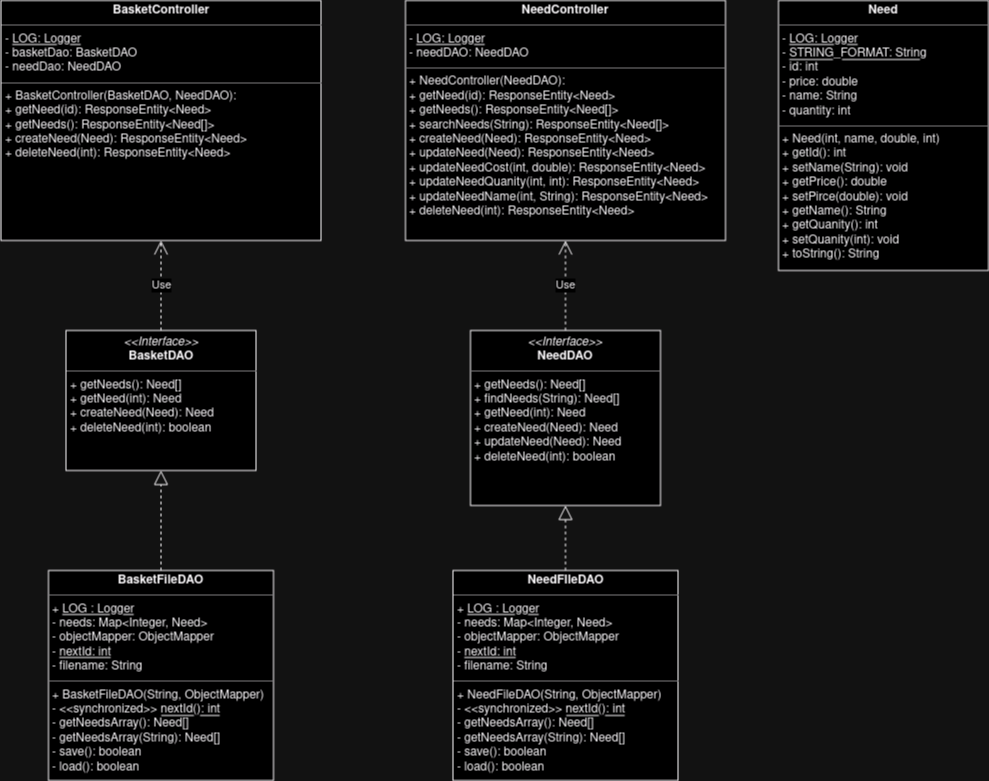
The draw.io diagram docs/Ufund-api.drawio.png in oym3778/SWEN_261_Music_Magic, before a commit. Source tidied: cells renumbered, new cells last; positions are measured from the earlier drawing's top-left corner, leaving out a move shared by most shapes. Source of this version:
```xml
<mxGraphModel>
  <root>
    <mxCell id="0" />
    <mxCell id="1" parent="0" />
    <mxCell id="2" value="&lt;p style=&quot;margin:0px;margin-top:4px;text-align:center;&quot;&gt;&lt;i&gt;&amp;lt;&amp;lt;Interface&amp;gt;&amp;gt;&lt;/i&gt;&lt;br&gt;&lt;b&gt;BasketDAO&lt;/b&gt;&lt;br&gt;&lt;/p&gt;&lt;hr size=&quot;1&quot;&gt;&lt;p style=&quot;margin:0px;margin-left:4px;&quot;&gt;+ getNeeds(): Need[]&lt;br&gt;+ getNeed(int): Need&lt;/p&gt;&lt;p style=&quot;margin:0px;margin-left:4px;&quot;&gt;+ createNeed(Need): Need&lt;/p&gt;&lt;p style=&quot;margin:0px;margin-left:4px;&quot;&gt;+ deleteNeed(int): boolean&lt;br&gt;&lt;/p&gt;" style="verticalAlign=top;align=left;overflow=fill;fontSize=12;fontFamily=Helvetica;html=1;whiteSpace=wrap;" parent="1" vertex="1">
      <mxGeometry x="65.5" y="330" width="190" height="140" as="geometry" />
    </mxCell>
    <mxCell id="3" style="endArrow=block;dashed=1;endFill=0;endSize=12;html=1;rounded=0;entryX=0.5;entryY=1;entryDx=0;entryDy=0;exitX=0.5;exitY=0;exitDx=0;exitDy=0;" parent="1" edge="1" source="4" target="2">
      <mxGeometry relative="1" as="geometry" />
    </mxCell>
    <mxCell id="4" value="&lt;p style=&quot;margin:0px;margin-top:4px;text-align:center;&quot;&gt;&lt;b&gt;BasketFileDAO&lt;/b&gt;&lt;/p&gt;&lt;hr size=&quot;1&quot;&gt;&lt;p style=&quot;margin:0px;margin-left:4px;&quot;&gt;+ &lt;u&gt;LOG : Logger&lt;/u&gt;&lt;/p&gt;&lt;p style=&quot;margin:0px;margin-left:4px;&quot;&gt;- needs: Map&amp;lt;Integer, Need&amp;gt;&lt;/p&gt;&lt;p style=&quot;margin:0px;margin-left:4px;&quot;&gt;- objectMapper: ObjectMapper&lt;/p&gt;&lt;p style=&quot;margin:0px;margin-left:4px;&quot;&gt;- &lt;u&gt;nextId: int&lt;/u&gt;&lt;/p&gt;&lt;p style=&quot;margin:0px;margin-left:4px;&quot;&gt;- filename: String&lt;br&gt;&lt;/p&gt;&lt;hr size=&quot;1&quot;&gt;&lt;p style=&quot;margin:0px;margin-left:4px;&quot;&gt;+ BasketFileDAO(String, ObjectMapper)&lt;/p&gt;&lt;p style=&quot;margin:0px;margin-left:4px;&quot;&gt;- &amp;lt;&amp;lt;synchronized&amp;gt;&amp;gt; &lt;u&gt;nextId(): int&lt;/u&gt;&lt;/p&gt;&lt;p style=&quot;margin:0px;margin-left:4px;&quot;&gt;- getNeedsArray(): Need[]&lt;/p&gt;&lt;p style=&quot;margin:0px;margin-left:4px;&quot;&gt;- getNeedsArray(String): Need[]&lt;/p&gt;&lt;p style=&quot;margin:0px;margin-left:4px;&quot;&gt;- save(): boolean&lt;/p&gt;&lt;p style=&quot;margin:0px;margin-left:4px;&quot;&gt;- load(): boolean&lt;/p&gt;" style="verticalAlign=top;align=left;overflow=fill;fontSize=12;fontFamily=Helvetica;html=1;whiteSpace=wrap;" parent="1" vertex="1">
      <mxGeometry x="48" y="570" width="225" height="210" as="geometry" />
    </mxCell>
    <mxCell id="5" value="&lt;p style=&quot;margin:0px;margin-top:4px;text-align:center;&quot;&gt;&lt;i&gt;&amp;lt;&amp;lt;Interface&amp;gt;&amp;gt;&lt;/i&gt;&lt;br&gt;&lt;b&gt;NeedDAO&lt;/b&gt;&lt;br&gt;&lt;/p&gt;&lt;hr size=&quot;1&quot;&gt;&lt;p style=&quot;margin:0px;margin-left:4px;&quot;&gt;+ getNeeds(): Need[]&lt;/p&gt;&lt;p style=&quot;margin:0px;margin-left:4px;&quot;&gt;+ findNeeds(String): Need[]&lt;br&gt;&lt;/p&gt;&lt;p style=&quot;margin:0px;margin-left:4px;&quot;&gt;+ getNeed(int): Need&lt;/p&gt;&lt;p style=&quot;margin:0px;margin-left:4px;&quot;&gt;+ createNeed(Need): Need&lt;/p&gt;&lt;p style=&quot;margin:0px;margin-left:4px;&quot;&gt;+ updateNeed(Need): Need&lt;br&gt;&lt;/p&gt;&lt;p style=&quot;margin:0px;margin-left:4px;&quot;&gt;+ deleteNeed(int): boolean&lt;br&gt;&lt;/p&gt;" style="verticalAlign=top;align=left;overflow=fill;fontSize=12;fontFamily=Helvetica;html=1;whiteSpace=wrap;" parent="1" vertex="1">
      <mxGeometry x="470" y="330" width="190" height="175" as="geometry" />
    </mxCell>
    <mxCell id="6" style="endArrow=block;dashed=1;endFill=0;endSize=12;html=1;rounded=0;entryX=0.5;entryY=1;entryDx=0;entryDy=0;exitX=0.5;exitY=0;exitDx=0;exitDy=0;" parent="1" edge="1" source="7" target="5">
      <mxGeometry relative="1" as="geometry" />
    </mxCell>
    <mxCell id="7" value="&lt;p style=&quot;margin:0px;margin-top:4px;text-align:center;&quot;&gt;&lt;b&gt;NeedFIleDAO&lt;/b&gt;&lt;/p&gt;&lt;hr size=&quot;1&quot;&gt;&lt;p style=&quot;margin:0px;margin-left:4px;&quot;&gt;+ &lt;u&gt;LOG : Logger&lt;/u&gt;&lt;/p&gt;&lt;p style=&quot;margin:0px;margin-left:4px;&quot;&gt;- needs: Map&amp;lt;Integer, Need&amp;gt;&lt;/p&gt;&lt;p style=&quot;margin:0px;margin-left:4px;&quot;&gt;- objectMapper: ObjectMapper&lt;/p&gt;&lt;p style=&quot;margin:0px;margin-left:4px;&quot;&gt;- &lt;u&gt;nextId: int&lt;/u&gt;&lt;/p&gt;&lt;p style=&quot;margin:0px;margin-left:4px;&quot;&gt;- filename: String&lt;br&gt;&lt;/p&gt;&lt;hr size=&quot;1&quot;&gt;&lt;p style=&quot;margin:0px;margin-left:4px;&quot;&gt;+ NeedFileDAO(String, ObjectMapper)&lt;/p&gt;&lt;p style=&quot;margin:0px;margin-left:4px;&quot;&gt;- &amp;lt;&amp;lt;synchronized&amp;gt;&amp;gt; &lt;u&gt;nextId(): int&lt;/u&gt;&lt;/p&gt;&lt;p style=&quot;margin:0px;margin-left:4px;&quot;&gt;- getNeedsArray(): Need[]&lt;/p&gt;&lt;p style=&quot;margin:0px;margin-left:4px;&quot;&gt;- getNeedsArray(String): Need[]&lt;/p&gt;&lt;p style=&quot;margin:0px;margin-left:4px;&quot;&gt;- save(): boolean&lt;/p&gt;&lt;p style=&quot;margin:0px;margin-left:4px;&quot;&gt;- load(): boolean&lt;/p&gt;" style="verticalAlign=top;align=left;overflow=fill;fontSize=12;fontFamily=Helvetica;html=1;whiteSpace=wrap;" parent="1" vertex="1">
      <mxGeometry x="452.5" y="570" width="225" height="210" as="geometry" />
    </mxCell>
    <mxCell id="8" value="&lt;p style=&quot;margin:0px;margin-top:4px;text-align:center;&quot;&gt;&lt;b&gt;Need&lt;/b&gt;&lt;/p&gt;&lt;hr size=&quot;1&quot;&gt;&lt;p style=&quot;margin:0px;margin-left:4px;&quot;&gt;- &lt;u&gt;LOG: Logger&lt;/u&gt;&lt;/p&gt;&lt;p style=&quot;margin:0px;margin-left:4px;&quot;&gt;- &lt;u&gt;STRING_FORMAT: String&lt;/u&gt;&lt;/p&gt;&lt;p style=&quot;margin:0px;margin-left:4px;&quot;&gt;- id: int&lt;/p&gt;&lt;p style=&quot;margin:0px;margin-left:4px;&quot;&gt;- price: double&lt;/p&gt;&lt;p style=&quot;margin:0px;margin-left:4px;&quot;&gt;- name: String&lt;/p&gt;&lt;p style=&quot;margin:0px;margin-left:4px;&quot;&gt;- quantity: int&lt;br&gt;&lt;/p&gt;&lt;hr size=&quot;1&quot;&gt;&lt;p style=&quot;margin:0px;margin-left:4px;&quot;&gt;+ Need(int, name, double, int)&lt;/p&gt;&lt;p style=&quot;margin:0px;margin-left:4px;&quot;&gt;+ getId(): int&lt;/p&gt;&lt;p style=&quot;margin:0px;margin-left:4px;&quot;&gt;+ setName(String): void&lt;/p&gt;&lt;p style=&quot;margin:0px;margin-left:4px;&quot;&gt;+ getPrice(): double&lt;/p&gt;&lt;p style=&quot;margin:0px;margin-left:4px;&quot;&gt;+ setPirce(double): void&lt;/p&gt;&lt;p style=&quot;margin:0px;margin-left:4px;&quot;&gt;+ getName(): String&lt;/p&gt;&lt;p style=&quot;margin:0px;margin-left:4px;&quot;&gt;+ getQuanity(): int&lt;/p&gt;&lt;p style=&quot;margin:0px;margin-left:4px;&quot;&gt;+ setQuanity(int): void&lt;/p&gt;&lt;p style=&quot;margin:0px;margin-left:4px;&quot;&gt;+ toString(): String&lt;br&gt;&lt;/p&gt;&lt;p style=&quot;margin:0px;margin-left:4px;&quot;&gt;&lt;br&gt;&lt;/p&gt;" style="verticalAlign=top;align=left;overflow=fill;fontSize=12;fontFamily=Helvetica;html=1;whiteSpace=wrap;" parent="1" vertex="1">
      <mxGeometry x="778" width="210" height="270" as="geometry" />
    </mxCell>
    <mxCell id="9" value="&lt;p style=&quot;margin:0px;margin-top:4px;text-align:center;&quot;&gt;&lt;b&gt;NeedController&lt;/b&gt;&lt;/p&gt;&lt;hr size=&quot;1&quot;&gt;&lt;p style=&quot;margin:0px;margin-left:4px;&quot;&gt;- &lt;u&gt;LOG: Logger&lt;/u&gt;&lt;/p&gt;&lt;p style=&quot;margin:0px;margin-left:4px;&quot;&gt;- needDAO: NeedDAO&lt;br&gt;&lt;/p&gt;&lt;hr size=&quot;1&quot;&gt;&lt;p style=&quot;margin:0px;margin-left:4px;&quot;&gt;+ NeedController(NeedDAO):&lt;/p&gt;&lt;p style=&quot;margin:0px;margin-left:4px;&quot;&gt;+ getNeed(id): ResponseEntity&amp;lt;Need&amp;gt;&lt;/p&gt;&lt;p style=&quot;margin:0px;margin-left:4px;&quot;&gt;+ getNeeds(): ResponseEntity&amp;lt;Need[]&amp;gt;&lt;/p&gt;&lt;p style=&quot;margin:0px;margin-left:4px;&quot;&gt;+ searchNeeds(String): ResponseEntity&amp;lt;Need[]&amp;gt;&lt;/p&gt;&lt;p style=&quot;margin:0px;margin-left:4px;&quot;&gt;+ createNeed(Need): ResponseEntity&amp;lt;Need&amp;gt;&lt;/p&gt;&lt;p style=&quot;margin:0px;margin-left:4px;&quot;&gt;+ updateNeed(Need): ResponseEntity&amp;lt;Need&amp;gt;&lt;/p&gt;&lt;p style=&quot;margin:0px;margin-left:4px;&quot;&gt;+ updateNeedCost(int, double): ResponseEntity&amp;lt;Need&amp;gt;&lt;/p&gt;&lt;p style=&quot;margin:0px;margin-left:4px;&quot;&gt;+ updateNeedQuanity(int, int): ResponseEntity&amp;lt;Need&amp;gt;&lt;/p&gt;&lt;p style=&quot;margin:0px;margin-left:4px;&quot;&gt;+ updateNeedName(int, String): ResponseEntity&amp;lt;Need&amp;gt;&lt;/p&gt;&lt;p style=&quot;margin:0px;margin-left:4px;&quot;&gt;+ deleteNeed(int): ResponseEntity&amp;lt;Need&amp;gt;&lt;br&gt;&lt;/p&gt;" style="verticalAlign=top;align=left;overflow=fill;fontSize=12;fontFamily=Helvetica;html=1;whiteSpace=wrap;" parent="1" vertex="1">
      <mxGeometry x="405" width="320" height="240" as="geometry" />
    </mxCell>
    <mxCell id="10" value="Use" style="endArrow=open;endSize=12;dashed=1;html=1;rounded=0;entryX=0.5;entryY=1;entryDx=0;entryDy=0;exitX=0.5;exitY=0;exitDx=0;exitDy=0;" parent="1" edge="1" source="5" target="9">
      <mxGeometry relative="1" as="geometry" />
    </mxCell>
    <mxCell id="11" value="&lt;p style=&quot;margin:0px;margin-top:4px;text-align:center;&quot;&gt;&lt;b&gt;BasketController&lt;/b&gt;&lt;/p&gt;&lt;hr size=&quot;1&quot;&gt;&lt;p style=&quot;margin:0px;margin-left:4px;&quot;&gt;- &lt;u&gt;LOG: Logger&lt;/u&gt;&lt;/p&gt;&lt;p style=&quot;margin:0px;margin-left:4px;&quot;&gt;- basketDao: BasketDAO&lt;br&gt;&lt;/p&gt;&lt;p style=&quot;margin:0px;margin-left:4px;&quot;&gt;- needDao: NeedDAO&lt;br&gt;&lt;/p&gt;&lt;hr size=&quot;1&quot;&gt;&lt;p style=&quot;margin:0px;margin-left:4px;&quot;&gt;+ BasketController(BasketDAO, NeedDAO):&lt;/p&gt;&lt;p style=&quot;margin:0px;margin-left:4px;&quot;&gt;+ getNeed(id): ResponseEntity&amp;lt;Need&amp;gt;&lt;/p&gt;&lt;p style=&quot;margin:0px;margin-left:4px;&quot;&gt;+ getNeeds(): ResponseEntity&amp;lt;Need[]&amp;gt;&lt;/p&gt;&lt;p style=&quot;margin:0px;margin-left:4px;&quot;&gt;+ createNeed(Need): ResponseEntity&amp;lt;Need&amp;gt;&lt;/p&gt;&lt;p style=&quot;margin:0px;margin-left:4px;&quot;&gt;+ deleteNeed(int): ResponseEntity&amp;lt;Need&amp;gt;&lt;br&gt;&lt;/p&gt;" style="verticalAlign=top;align=left;overflow=fill;fontSize=12;fontFamily=Helvetica;html=1;whiteSpace=wrap;" parent="1" vertex="1">
      <mxGeometry x="0.5" width="320" height="240" as="geometry" />
    </mxCell>
    <mxCell id="12" value="Use" style="endArrow=open;endSize=12;dashed=1;html=1;rounded=0;exitX=0.5;exitY=0;exitDx=0;exitDy=0;entryX=0.5;entryY=1;entryDx=0;entryDy=0;" parent="1" edge="1" source="2" target="11">
      <mxGeometry relative="1" as="geometry" />
    </mxCell>
  </root>
</mxGraphModel>
```
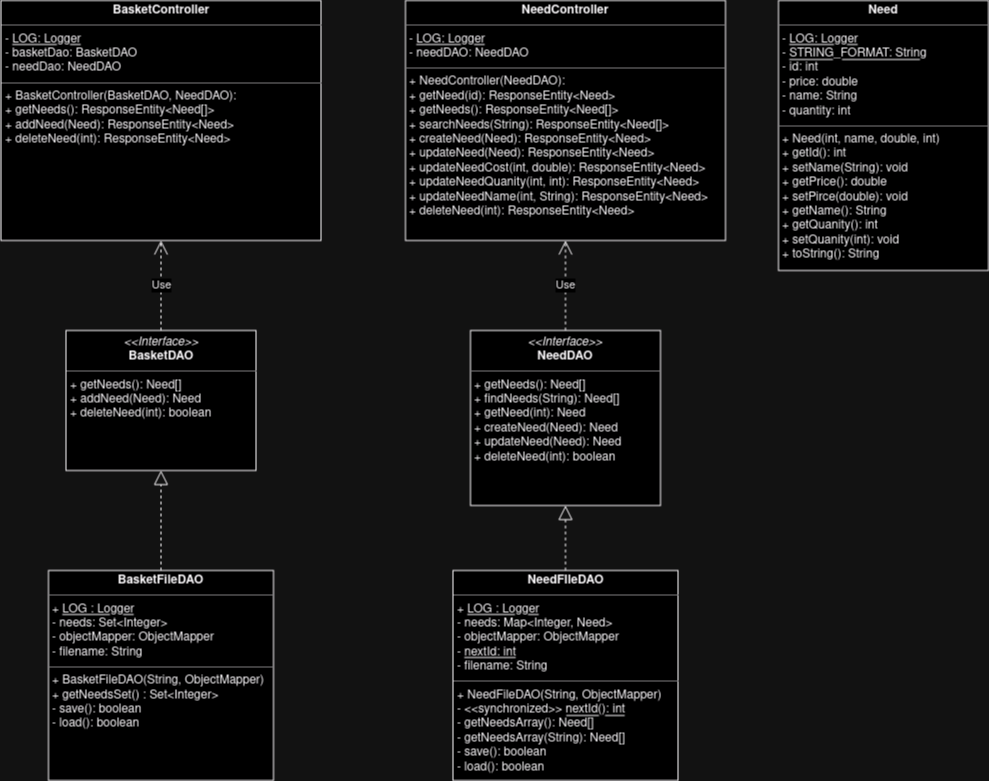
The same diagram one commit later.

Commit message:
Updated uml diagram to reflect changes in funding basket.

Change to the diagram source:
```diff
@@ -2,13 +2,13 @@
   <root>
     <mxCell id="0" />
     <mxCell id="1" parent="0" />
-    <mxCell id="2" value="&lt;p style=&quot;margin:0px;margin-top:4px;text-align:center;&quot;&gt;&lt;i&gt;&amp;lt;&amp;lt;Interface&amp;gt;&amp;gt;&lt;/i&gt;&lt;br&gt;&lt;b&gt;BasketDAO&lt;/b&gt;&lt;br&gt;&lt;/p&gt;&lt;hr size=&quot;1&quot;&gt;&lt;p style=&quot;margin:0px;margin-left:4px;&quot;&gt;+ getNeeds(): Need[]&lt;br&gt;+ getNeed(int): Need&lt;/p&gt;&lt;p style=&quot;margin:0px;margin-left:4px;&quot;&gt;+ createNeed(Need): Need&lt;/p&gt;&lt;p style=&quot;margin:0px;margin-left:4px;&quot;&gt;+ deleteNeed(int): boolean&lt;br&gt;&lt;/p&gt;" style="verticalAlign=top;align=left;overflow=fill;fontSize=12;fontFamily=Helvetica;html=1;whiteSpace=wrap;" parent="1" vertex="1">
+    <mxCell id="2" value="&lt;p style=&quot;margin:0px;margin-top:4px;text-align:center;&quot;&gt;&lt;i&gt;&amp;lt;&amp;lt;Interface&amp;gt;&amp;gt;&lt;/i&gt;&lt;br&gt;&lt;b&gt;BasketDAO&lt;/b&gt;&lt;br&gt;&lt;/p&gt;&lt;hr size=&quot;1&quot;&gt;&lt;p style=&quot;margin:0px;margin-left:4px;&quot;&gt;+ getNeeds(): Need[]&lt;/p&gt;&lt;p style=&quot;margin:0px;margin-left:4px;&quot;&gt;+ addNeed(Need): Need&lt;/p&gt;&lt;p style=&quot;margin:0px;margin-left:4px;&quot;&gt;+ deleteNeed(int): boolean&lt;br&gt;&lt;/p&gt;" style="verticalAlign=top;align=left;overflow=fill;fontSize=12;fontFamily=Helvetica;html=1;whiteSpace=wrap;" parent="1" vertex="1">
       <mxGeometry x="65.5" y="330" width="190" height="140" as="geometry" />
     </mxCell>
     <mxCell id="3" style="endArrow=block;dashed=1;endFill=0;endSize=12;html=1;rounded=0;entryX=0.5;entryY=1;entryDx=0;entryDy=0;exitX=0.5;exitY=0;exitDx=0;exitDy=0;" parent="1" edge="1" source="4" target="2">
       <mxGeometry relative="1" as="geometry" />
     </mxCell>
-    <mxCell id="4" value="&lt;p style=&quot;margin:0px;margin-top:4px;text-align:center;&quot;&gt;&lt;b&gt;BasketFileDAO&lt;/b&gt;&lt;/p&gt;&lt;hr size=&quot;1&quot;&gt;&lt;p style=&quot;margin:0px;margin-left:4px;&quot;&gt;+ &lt;u&gt;LOG : Logger&lt;/u&gt;&lt;/p&gt;&lt;p style=&quot;margin:0px;margin-left:4px;&quot;&gt;- needs: Map&amp;lt;Integer, Need&amp;gt;&lt;/p&gt;&lt;p style=&quot;margin:0px;margin-left:4px;&quot;&gt;- objectMapper: ObjectMapper&lt;/p&gt;&lt;p style=&quot;margin:0px;margin-left:4px;&quot;&gt;- &lt;u&gt;nextId: int&lt;/u&gt;&lt;/p&gt;&lt;p style=&quot;margin:0px;margin-left:4px;&quot;&gt;- filename: String&lt;br&gt;&lt;/p&gt;&lt;hr size=&quot;1&quot;&gt;&lt;p style=&quot;margin:0px;margin-left:4px;&quot;&gt;+ BasketFileDAO(String, ObjectMapper)&lt;/p&gt;&lt;p style=&quot;margin:0px;margin-left:4px;&quot;&gt;- &amp;lt;&amp;lt;synchronized&amp;gt;&amp;gt; &lt;u&gt;nextId(): int&lt;/u&gt;&lt;/p&gt;&lt;p style=&quot;margin:0px;margin-left:4px;&quot;&gt;- getNeedsArray(): Need[]&lt;/p&gt;&lt;p style=&quot;margin:0px;margin-left:4px;&quot;&gt;- getNeedsArray(String): Need[]&lt;/p&gt;&lt;p style=&quot;margin:0px;margin-left:4px;&quot;&gt;- save(): boolean&lt;/p&gt;&lt;p style=&quot;margin:0px;margin-left:4px;&quot;&gt;- load(): boolean&lt;/p&gt;" style="verticalAlign=top;align=left;overflow=fill;fontSize=12;fontFamily=Helvetica;html=1;whiteSpace=wrap;" parent="1" vertex="1">
+    <mxCell id="4" value="&lt;p style=&quot;margin:0px;margin-top:4px;text-align:center;&quot;&gt;&lt;b&gt;BasketFileDAO&lt;/b&gt;&lt;/p&gt;&lt;hr size=&quot;1&quot;&gt;&lt;p style=&quot;margin:0px;margin-left:4px;&quot;&gt;+ &lt;u&gt;LOG : Logger&lt;/u&gt;&lt;/p&gt;&lt;p style=&quot;margin:0px;margin-left:4px;&quot;&gt;- needs: Set&amp;lt;Integer&amp;gt; &lt;br&gt;&lt;/p&gt;&lt;p style=&quot;margin:0px;margin-left:4px;&quot;&gt;- objectMapper: ObjectMapper&lt;/p&gt;&lt;p style=&quot;margin:0px;margin-left:4px;&quot;&gt;- filename: String&lt;br&gt;&lt;/p&gt;&lt;hr size=&quot;1&quot;&gt;&lt;p style=&quot;margin:0px;margin-left:4px;&quot;&gt;+ BasketFileDAO(String, ObjectMapper)&lt;/p&gt;&lt;p style=&quot;margin:0px;margin-left:4px;&quot;&gt;+ getNeedsSet() : Set&amp;lt;Integer&amp;gt;&lt;br&gt;&lt;/p&gt;&lt;p style=&quot;margin:0px;margin-left:4px;&quot;&gt;- save(): boolean&lt;/p&gt;&lt;p style=&quot;margin:0px;margin-left:4px;&quot;&gt;- load(): boolean&lt;/p&gt;" style="verticalAlign=top;align=left;overflow=fill;fontSize=12;fontFamily=Helvetica;html=1;whiteSpace=wrap;" parent="1" vertex="1">
       <mxGeometry x="48" y="570" width="225" height="210" as="geometry" />
     </mxCell>
     <mxCell id="5" value="&lt;p style=&quot;margin:0px;margin-top:4px;text-align:center;&quot;&gt;&lt;i&gt;&amp;lt;&amp;lt;Interface&amp;gt;&amp;gt;&lt;/i&gt;&lt;br&gt;&lt;b&gt;NeedDAO&lt;/b&gt;&lt;br&gt;&lt;/p&gt;&lt;hr size=&quot;1&quot;&gt;&lt;p style=&quot;margin:0px;margin-left:4px;&quot;&gt;+ getNeeds(): Need[]&lt;/p&gt;&lt;p style=&quot;margin:0px;margin-left:4px;&quot;&gt;+ findNeeds(String): Need[]&lt;br&gt;&lt;/p&gt;&lt;p style=&quot;margin:0px;margin-left:4px;&quot;&gt;+ getNeed(int): Need&lt;/p&gt;&lt;p style=&quot;margin:0px;margin-left:4px;&quot;&gt;+ createNeed(Need): Need&lt;/p&gt;&lt;p style=&quot;margin:0px;margin-left:4px;&quot;&gt;+ updateNeed(Need): Need&lt;br&gt;&lt;/p&gt;&lt;p style=&quot;margin:0px;margin-left:4px;&quot;&gt;+ deleteNeed(int): boolean&lt;br&gt;&lt;/p&gt;" style="verticalAlign=top;align=left;overflow=fill;fontSize=12;fontFamily=Helvetica;html=1;whiteSpace=wrap;" parent="1" vertex="1">
@@ -29,7 +29,7 @@
     <mxCell id="10" value="Use" style="endArrow=open;endSize=12;dashed=1;html=1;rounded=0;entryX=0.5;entryY=1;entryDx=0;entryDy=0;exitX=0.5;exitY=0;exitDx=0;exitDy=0;" parent="1" edge="1" source="5" target="9">
       <mxGeometry relative="1" as="geometry" />
     </mxCell>
-    <mxCell id="11" value="&lt;p style=&quot;margin:0px;margin-top:4px;text-align:center;&quot;&gt;&lt;b&gt;BasketController&lt;/b&gt;&lt;/p&gt;&lt;hr size=&quot;1&quot;&gt;&lt;p style=&quot;margin:0px;margin-left:4px;&quot;&gt;- &lt;u&gt;LOG: Logger&lt;/u&gt;&lt;/p&gt;&lt;p style=&quot;margin:0px;margin-left:4px;&quot;&gt;- basketDao: BasketDAO&lt;br&gt;&lt;/p&gt;&lt;p style=&quot;margin:0px;margin-left:4px;&quot;&gt;- needDao: NeedDAO&lt;br&gt;&lt;/p&gt;&lt;hr size=&quot;1&quot;&gt;&lt;p style=&quot;margin:0px;margin-left:4px;&quot;&gt;+ BasketController(BasketDAO, NeedDAO):&lt;/p&gt;&lt;p style=&quot;margin:0px;margin-left:4px;&quot;&gt;+ getNeed(id): ResponseEntity&amp;lt;Need&amp;gt;&lt;/p&gt;&lt;p style=&quot;margin:0px;margin-left:4px;&quot;&gt;+ getNeeds(): ResponseEntity&amp;lt;Need[]&amp;gt;&lt;/p&gt;&lt;p style=&quot;margin:0px;margin-left:4px;&quot;&gt;+ createNeed(Need): ResponseEntity&amp;lt;Need&amp;gt;&lt;/p&gt;&lt;p style=&quot;margin:0px;margin-left:4px;&quot;&gt;+ deleteNeed(int): ResponseEntity&amp;lt;Need&amp;gt;&lt;br&gt;&lt;/p&gt;" style="verticalAlign=top;align=left;overflow=fill;fontSize=12;fontFamily=Helvetica;html=1;whiteSpace=wrap;" parent="1" vertex="1">
+    <mxCell id="11" value="&lt;p style=&quot;margin:0px;margin-top:4px;text-align:center;&quot;&gt;&lt;b&gt;BasketController&lt;/b&gt;&lt;/p&gt;&lt;hr size=&quot;1&quot;&gt;&lt;p style=&quot;margin:0px;margin-left:4px;&quot;&gt;- &lt;u&gt;LOG: Logger&lt;/u&gt;&lt;/p&gt;&lt;p style=&quot;margin:0px;margin-left:4px;&quot;&gt;- basketDao: BasketDAO&lt;br&gt;&lt;/p&gt;&lt;p style=&quot;margin:0px;margin-left:4px;&quot;&gt;- needDao: NeedDAO&lt;br&gt;&lt;/p&gt;&lt;hr size=&quot;1&quot;&gt;&lt;p style=&quot;margin:0px;margin-left:4px;&quot;&gt;+ BasketController(BasketDAO, NeedDAO):&lt;/p&gt;&lt;p style=&quot;margin:0px;margin-left:4px;&quot;&gt;+ getNeeds(): ResponseEntity&amp;lt;Need[]&amp;gt;&lt;/p&gt;&lt;p style=&quot;margin:0px;margin-left:4px;&quot;&gt;+ addNeed(Need): ResponseEntity&amp;lt;Need&amp;gt;&lt;/p&gt;&lt;p style=&quot;margin:0px;margin-left:4px;&quot;&gt;+ deleteNeed(int): ResponseEntity&amp;lt;Need&amp;gt;&lt;br&gt;&lt;/p&gt;" style="verticalAlign=top;align=left;overflow=fill;fontSize=12;fontFamily=Helvetica;html=1;whiteSpace=wrap;" parent="1" vertex="1">
       <mxGeometry x="0.5" width="320" height="240" as="geometry" />
     </mxCell>
     <mxCell id="12" value="Use" style="endArrow=open;endSize=12;dashed=1;html=1;rounded=0;exitX=0.5;exitY=0;exitDx=0;exitDy=0;entryX=0.5;entryY=1;entryDx=0;entryDy=0;" parent="1" edge="1" source="2" target="11">
```
